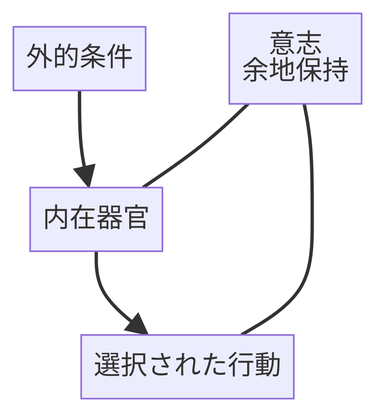
human-attunement/system keeps this Mermaid diagram as assets/organ_will_placement/attunement.png. Above is the earlier version. Its source is kept beside it as assets/organ_will_placement/attunement.mmd.
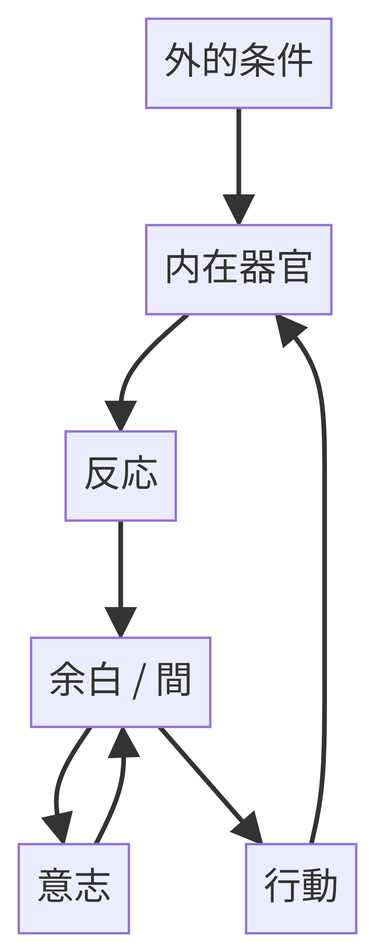
The same diagram one commit later.

Diff of the diagram source:
```diff
@@ -1,10 +1,14 @@
-flowchart TB
-    E[外的条件]
-    O[内在器官]
-    A[選択された行動]
-    W["意志
-    余地保持"]
+---
+title: 調律の位置関係
+description: 意志が「間」に留まる。
+---
+flowchart TD
+    E[外的条件] --> O[内在器官]
+    O --> R[反応]
 
-    E --> O --> A
-    W --- O
-    W --- A
+    R --> M[余白 / 間]
+    M --> W[意志]
+    W --> M
+
+    M --> A[行動]
+    A --> O
```
